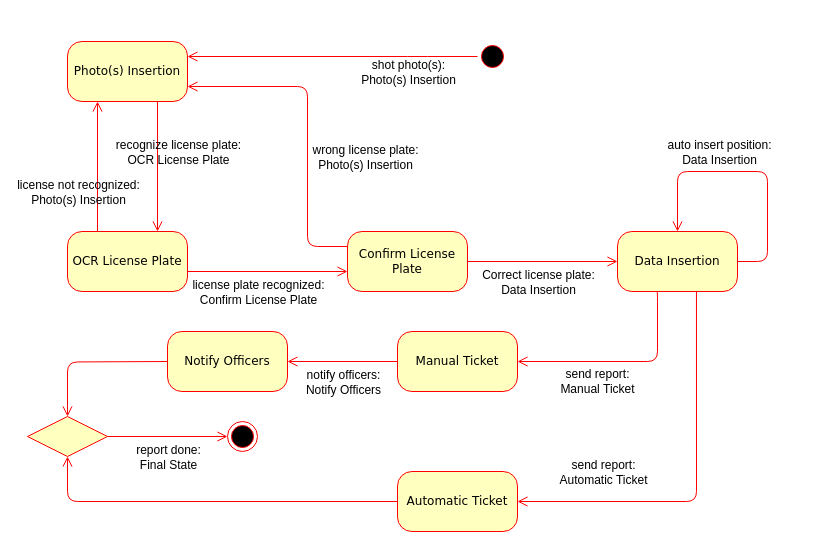
Above: RASD/diagrams/creationOfAReport.drawio in GiorgioUghini/SafeStreets (draw.io), before the change. Source tidied: cells renumbered, new cells numbered last; positions are measured from the earlier drawing's top-left corner, leaving out a move shared by most shapes. Both pictures are drawn from the tidied source at 100%, with x=0, y=0 at pixel (27, 41).
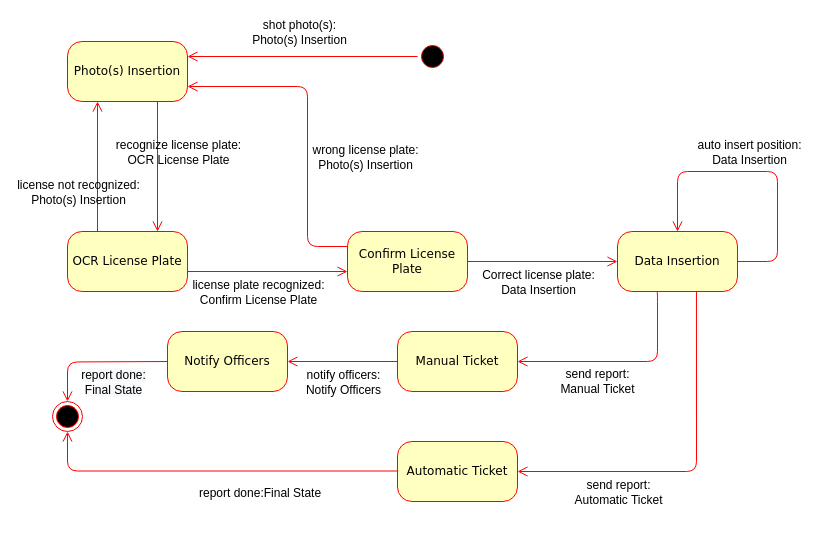
Above is the later version.

Commit message (it also covers changes not shown here):
Add state diagrams

Unchanged cells that the change refers to:
```xml
<mxCell id="4" value="Photo(s) Insertion" style="rounded=1;whiteSpace=wrap;html=1;arcSize=24;fillColor=#ffffc0;strokeColor=#ff0000;shadow=0;comic=0;labelBackgroundColor=none;fontFamily=Verdana;fontSize=12;fontColor=#000000;align=center;" parent="1" vertex="1">
  <mxGeometry x="40" width="120" height="60" as="geometry" />
</mxCell>
<mxCell id="5" value="Data Insertion" style="rounded=1;whiteSpace=wrap;html=1;arcSize=24;fillColor=#ffffc0;strokeColor=#ff0000;shadow=0;comic=0;labelBackgroundColor=none;fontFamily=Verdana;fontSize=12;fontColor=#000000;align=center;" parent="1" vertex="1">
  <mxGeometry x="590" y="190" width="120" height="60" as="geometry" />
</mxCell>
```

Diff of the diagram source:
```diff
@@
     <mxCell id="2" style="ellipse;html=1;shape=startState;fillColor=#000000;strokeColor=#ff0000;rounded=1;shadow=0;comic=0;labelBackgroundColor=none;fontFamily=Verdana;fontSize=12;fontColor=#000000;align=center;direction=south;" parent="1" vertex="1">
-      <mxGeometry x="450" width="30" height="30" as="geometry" />
+      <mxGeometry x="390" width="30" height="30" as="geometry" />
     </mxCell>
@@
     <mxCell id="7" style="edgeStyle=orthogonalEdgeStyle;html=1;labelBackgroundColor=none;endArrow=open;endSize=8;strokeColor=#ff0000;fontFamily=Verdana;fontSize=12;align=left;entryX=1;entryY=0.25;entryDx=0;entryDy=0;" parent="1" edge="1" source="2" target="4">
-      <mxGeometry relative="1" as="geometry">
-        <Array as="points">
-          <mxPoint x="390" y="15" />
-          <mxPoint x="390" y="15" />
-        </Array>
-      </mxGeometry>
+      <mxGeometry relative="1" as="geometry" />
     </mxCell>
     <mxCell id="8" value="shot photo(s):&lt;br&gt;Photo(s) Insertion" style="text;html=1;align=center;verticalAlign=middle;labelBackgroundColor=#ffffff;" parent="7" vertex="1">
       <mxGeometry x="-0.17" y="2" relative="1" as="geometry">
-        <mxPoint x="50" y="13" as="offset" />
+        <mxPoint x="-24" y="-27" as="offset" />
       </mxGeometry>
     </mxCell>
@@
     <mxCell id="19" style="edgeStyle=orthogonalEdgeStyle;html=1;exitX=1;exitY=0.5;entryX=0.5;entryY=0;labelBackgroundColor=none;endArrow=open;endSize=8;strokeColor=#ff0000;fontFamily=Verdana;fontSize=12;align=left;exitDx=0;exitDy=0;entryDx=0;entryDy=0;" parent="1" edge="1" source="5" target="5">
       <mxGeometry relative="1" as="geometry">
         <Array as="points">
-          <mxPoint x="740" y="220" />
-          <mxPoint x="740" y="130" />
+          <mxPoint x="750" y="220" />
+          <mxPoint x="750" y="130" />
           <mxPoint x="650" y="130" />
         </Array>
       </mxGeometry>
     </mxCell>
     <mxCell id="20" value="auto insert position:&lt;br&gt;Data Insertion" style="text;html=1;align=center;verticalAlign=middle;labelBackgroundColor=none;" parent="19" vertex="1">
       <mxGeometry x="0.47" y="-4" relative="1" as="geometry">
-        <mxPoint x="29" y="-16" as="offset" />
+        <mxPoint x="54" y="-16" as="offset" />
       </mxGeometry>
     </mxCell>
     <mxCell id="21" style="ellipse;html=1;shape=endState;fillColor=#000000;strokeColor=#ff0000;rounded=1;shadow=0;comic=0;labelBackgroundColor=none;fontFamily=Verdana;fontSize=12;fontColor=#000000;align=center;" parent="1" vertex="1">
-      <mxGeometry x="200" y="380" width="30" height="30" as="geometry" />
+      <mxGeometry x="25" y="360" width="30" height="30" as="geometry" />
     </mxCell>
-    <mxCell id="22" style="edgeStyle=orthogonalEdgeStyle;html=1;labelBackgroundColor=none;endArrow=open;endSize=8;strokeColor=#ff0000;fontFamily=Verdana;fontSize=12;align=left;exitX=0.658;exitY=1;exitDx=0;exitDy=0;exitPerimeter=0;entryX=1;entryY=0.5;entryDx=0;entryDy=0;" parent="1" edge="1" source="5" target="26">
+    <mxCell id="22" style="edgeStyle=orthogonalEdgeStyle;html=1;labelBackgroundColor=none;endArrow=open;endSize=8;strokeColor=#ff0000;fontFamily=Verdana;fontSize=12;align=left;exitX=0.658;exitY=1;exitDx=0;exitDy=0;exitPerimeter=0;" parent="1" edge="1" source="5">
       <mxGeometry relative="1" as="geometry">
+        <mxPoint x="490" y="430" as="targetPoint" />
         <Array as="points">
-          <mxPoint x="669" y="460" />
+          <mxPoint x="669" y="430" />
         </Array>
       </mxGeometry>
     </mxCell>
     <mxCell id="23" value="send report:&lt;br&gt;Automatic Ticket" style="text;html=1;align=center;verticalAlign=middle;labelBackgroundColor=#ffffff;" parent="22" vertex="1">
       <mxGeometry x="0.15" y="1" relative="1" as="geometry">
-        <mxPoint x="-80" y="-31" as="offset" />
+        <mxPoint x="-53" y="19" as="offset" />
       </mxGeometry>
     </mxCell>
@@
     <mxCell id="26" value="Automatic Ticket" style="rounded=1;whiteSpace=wrap;html=1;arcSize=24;fillColor=#ffffc0;strokeColor=#ff0000;shadow=0;comic=0;labelBackgroundColor=none;fontFamily=Verdana;fontSize=12;fontColor=#000000;align=center;" parent="1" vertex="1">
-      <mxGeometry x="370" y="430" width="120" height="60" as="geometry" />
+      <mxGeometry x="370" y="400" width="120" height="60" as="geometry" />
     </mxCell>
@@
+    <mxCell id="36" style="edgeStyle=orthogonalEdgeStyle;html=1;labelBackgroundColor=none;endArrow=open;endSize=8;strokeColor=#ff0000;fontFamily=Verdana;fontSize=12;align=left;exitX=0;exitY=0.5;exitDx=0;exitDy=0;" parent="1" edge="1">
+      <mxGeometry relative="1" as="geometry">
+        <mxPoint x="370" y="429.5" as="sourcePoint" />
+        <mxPoint x="40" y="390" as="targetPoint" />
+        <Array as="points">
+          <mxPoint x="40" y="430" />
+        </Array>
+      </mxGeometry>
+    </mxCell>
-    <mxCell id="31" style="edgeStyle=orthogonalEdgeStyle;html=1;labelBackgroundColor=none;endArrow=open;endSize=8;strokeColor=#ff0000;fontFamily=Verdana;fontSize=12;align=left;exitX=0;exitY=0.5;exitDx=0;exitDy=0;entryX=0.5;entryY=0;entryDx=0;entryDy=0;" parent="1" edge="1" target="34">
+    <mxCell id="31" style="edgeStyle=orthogonalEdgeStyle;html=1;labelBackgroundColor=none;endArrow=open;endSize=8;strokeColor=#ff0000;fontFamily=Verdana;fontSize=12;align=left;exitX=0;exitY=0.5;exitDx=0;exitDy=0;entryX=0.5;entryY=0;entryDx=0;entryDy=0;" parent="1" edge="1" target="21">
       <mxGeometry relative="1" as="geometry">
         <mxPoint x="140" y="320" as="sourcePoint" />
       </mxGeometry>
     </mxCell>
-    <mxCell id="32" style="edgeStyle=orthogonalEdgeStyle;html=1;labelBackgroundColor=none;endArrow=open;endSize=8;strokeColor=#ff0000;fontFamily=Verdana;fontSize=12;align=left;exitX=1;exitY=0.5;exitDx=0;exitDy=0;entryX=0;entryY=0.5;entryDx=0;entryDy=0;" parent="1" edge="1" source="34" target="21">
-      <mxGeometry relative="1" as="geometry" />
-    </mxCell>
-    <mxCell id="33" value="report done:&lt;br&gt;Final State" style="text;html=1;align=center;verticalAlign=middle;labelBackgroundColor=#ffffff;" parent="32" vertex="1">
-      <mxGeometry x="-0.22" y="1" relative="1" as="geometry">
-        <mxPoint x="13" y="21" as="offset" />
+    <mxCell id="33" value="&lt;span style=&quot;text-align: left ; background-color: rgb(248 , 249 , 250)&quot;&gt;report done:&lt;br&gt;Final State&lt;/span&gt;" style="text;html=1;align=center;verticalAlign=middle;labelBackgroundColor=#ffffff;" parent="31" vertex="1">
+      <mxGeometry y="1" relative="1" as="geometry">
+        <mxPoint x="15" y="19" as="offset" />
       </mxGeometry>
     </mxCell>
-    <mxCell id="34" style="rhombus;whiteSpace=wrap;html=1;labelBackgroundColor=none;fillColor=#FFFFC0;strokeColor=#FF0000;" parent="1" vertex="1">
-      <mxGeometry y="375" width="80" height="40" as="geometry" />
-    </mxCell>
-    <mxCell id="35" style="edgeStyle=orthogonalEdgeStyle;html=1;labelBackgroundColor=none;endArrow=open;endSize=8;strokeColor=#ff0000;fontFamily=Verdana;fontSize=12;align=left;exitX=0;exitY=0.5;exitDx=0;exitDy=0;" parent="1" edge="1" source="26" target="34">
-      <mxGeometry relative="1" as="geometry">
-        <Array as="points">
-          <mxPoint x="40" y="460" />
-        </Array>
-      </mxGeometry>
-    </mxCell>
+    <mxCell id="37" value="report done:Final State" style="text;html=1;" parent="1" vertex="1">
+      <mxGeometry x="170" y="438" width="150" height="30" as="geometry" />
+    </mxCell>
```
